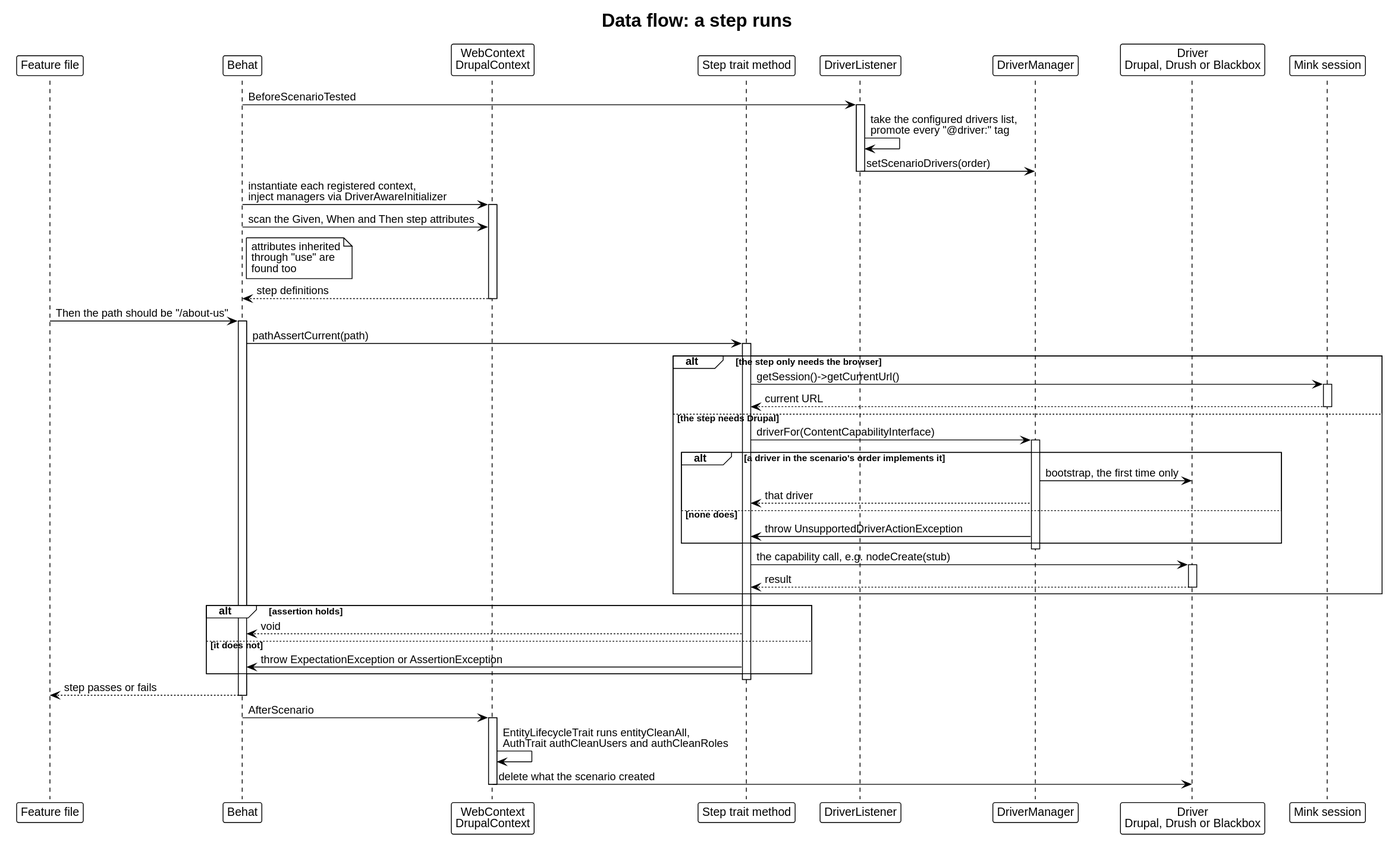
Above: docs/architecture/dataflow-step.svg in drevops/behat-steps (PlantUML), before the change. Source of this version:
```plantuml
@startuml
!theme plain
skinparam backgroundColor white
skinparam defaultFontName Helvetica
skinparam shadowing false
title Data flow: a step runs

participant "Feature file" as Feature
participant "Behat" as Behat
participant "WebContext\nDrupalContext" as Ctx
participant "Step trait method" as Trait
participant "DriverListener" as Listener
participant "DriverManager" as DM
participant "Driver\nDrupal, Drush or Blackbox" as Driver
participant "Mink session" as Mink

Behat -> Listener: BeforeScenarioTested
activate Listener
Listener -> Listener: take the configured drivers list,\npromote every "@driver:" tag
Listener -> DM: setScenarioDrivers(order)
deactivate Listener

Behat -> Ctx: instantiate each registered context,\ninject managers via DriverAwareInitializer
activate Ctx
Behat -> Ctx: scan the Given, When and Then step attributes
note right of Behat: attributes inherited\nthrough "use" are\nfound too
Ctx --> Behat: step definitions
deactivate Ctx

Feature -> Behat: Then the path should be "/about-us"
activate Behat
Behat -> Trait: pathAssertCurrent(path)
activate Trait

alt the step only needs the browser
  Trait -> Mink: getSession()->getCurrentUrl()
  activate Mink
  Mink --> Trait: current URL
  deactivate Mink
else the step needs Drupal
  Trait -> DM: driverFor(ContentCapabilityInterface)
  activate DM
  alt a driver in the scenario's order implements it
    DM -> Driver: bootstrap, the first time only
    DM --> Trait: that driver
  else none does
    DM -> Trait: throw UnsupportedDriverActionException
  end
  deactivate DM
  Trait -> Driver: the capability call, e.g. nodeCreate(stub)
  activate Driver
  Driver --> Trait: result
  deactivate Driver
end

alt assertion holds
  Trait --> Behat: void
else it does not
  Trait -> Behat: throw ExpectationException or AssertionException
end
deactivate Trait

Behat --> Feature: step passes or fails
deactivate Behat

Behat -> Ctx: AfterScenario
activate Ctx
Ctx -> Ctx: EntityLifecycleTrait runs entityCleanAll,\nAuthTrait authCleanUsers and authCleanRoles
Ctx -> Driver: delete what the scenario created
deactivate Ctx
@enduml
```
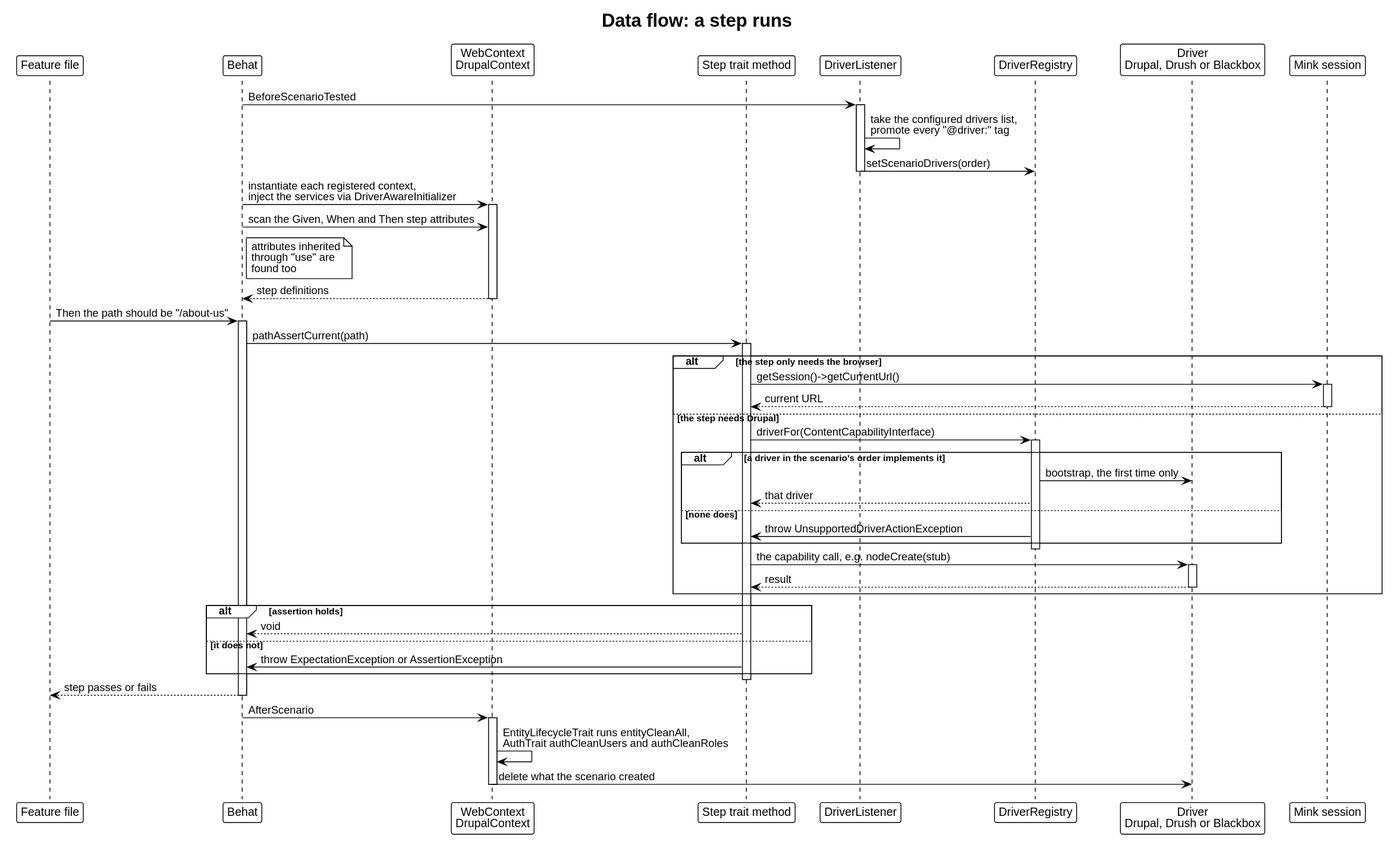
Above is the later version.

The edit, as a diff of the source:
```diff
@@ -10,7 +10,7 @@
 participant "WebContext\nDrupalContext" as Ctx
 participant "Step trait method" as Trait
 participant "DriverListener" as Listener
-participant "DriverManager" as DM
+participant "DriverRegistry" as DM
 participant "Driver\nDrupal, Drush or Blackbox" as Driver
 participant "Mink session" as Mink
 
@@ -20,7 +20,7 @@
 Listener -> DM: setScenarioDrivers(order)
 deactivate Listener
 
-Behat -> Ctx: instantiate each registered context,\ninject managers via DriverAwareInitializer
+Behat -> Ctx: instantiate each registered context,\ninject the services via DriverAwareInitializer
 activate Ctx
 Behat -> Ctx: scan the Given, When and Then step attributes
 note right of Behat: attributes inherited\nthrough "use" are\nfound too
```
